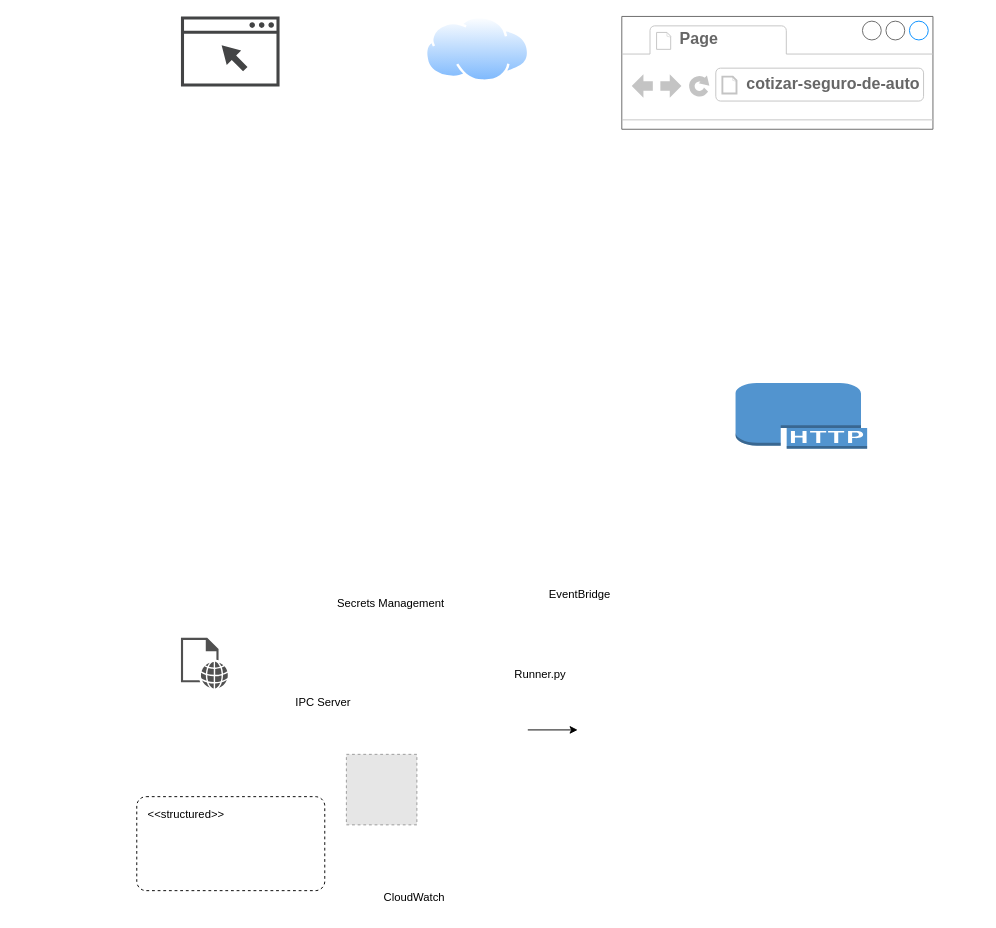
The draw.io diagram RedireccionamientoTrigarante.drawio in GdeYta56/Diagramas-Banorte, before the edit. Source tidied: cells renumbered, new cells numbered last; positions are measured from the earlier drawing's top-left corner, leaving out a move shared by most shapes. Both pictures are drawn from the tidied source at 94%, with x=0, y=0 at pixel (136, 16). Pictures stored in the file or linked from it are replaced by grey dashed boxes.
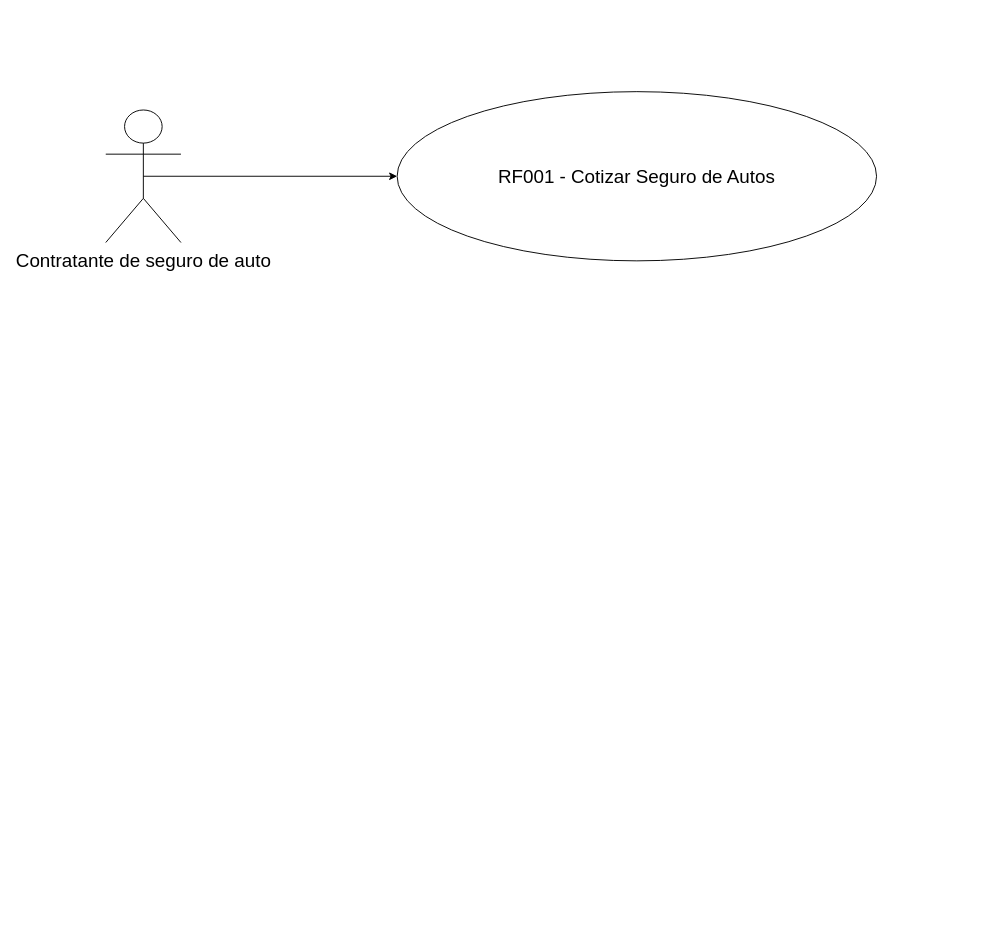
The same diagram, later.

What changed in the source:
```diff
@@
 <mxGraphModel>
   <root>
     <mxCell id="0" />
     <mxCell id="1" parent="0" />
-    <mxCell id="2" style="sketch=0;shadow=0;dashed=0;html=1;strokeColor=none;fillColor=#434445;labelPosition=center;verticalLabelPosition=bottom;verticalAlign=top;align=center;shape=mxgraph.vvd.web_browser;" parent="1" vertex="1">
-      <mxGeometry x="47" width="104.9" height="74.5" as="geometry" />
-    </mxCell>
-    <mxCell id="3" style="image;perimeter=ellipsePerimeter;html=1;align=center;shadow=0;dashed=0;spacingTop=3;image=img/lib/active_directory/internet_cloud.svg;imageBackground=default;fillColor=#121212;fillStyle=hatch;" parent="1" vertex="1">
-      <mxGeometry x="307" width="111.1" height="70" as="geometry" />
-    </mxCell>
-    <mxCell id="4" style="dashed=0;verticalLabelPosition=bottom;verticalAlign=top;align=center;html=1;shape=mxgraph.aws3.http_protocol;fillColor=#5294CF;gradientColor=none;" parent="1" vertex="1">
-      <mxGeometry x="637" y="390" width="140" height="70" as="geometry" />
-    </mxCell>
-    <mxCell id="5" style="fillColor=#E6E6E6;strokeColor=#999999;dashed=1;html=1;verticalAlign=top;verticalLabelPosition=bottom;labelBackgroundColor=#ffffff;" parent="1" vertex="1">
-      <mxGeometry x="223" y="785" width="75" height="75" as="geometry" />
-    </mxCell>
-    <mxCell id="6" value="Runner.py" style="text;html=1;align=center;verticalAlign=middle;strokeColor=none;fillColor=none;" parent="1" vertex="1">
-      <mxGeometry x="389" y="685" width="80" height="30" as="geometry" />
-    </mxCell>
-    <mxCell id="7" value="CloudWatch" style="text;html=1;align=center;verticalAlign=middle;strokeColor=none;fillColor=none;" parent="1" vertex="1">
-      <mxGeometry x="250" y="922" width="90" height="30" as="geometry" />
-    </mxCell>
-    <mxCell id="8" value="EventBridge" style="text;html=1;align=center;verticalAlign=middle;strokeColor=none;fillColor=none;" parent="1" vertex="1">
-      <mxGeometry x="426" y="600" width="90" height="30" as="geometry" />
-    </mxCell>
-    <mxCell id="9" value="IPC Server" style="text;html=1;align=center;verticalAlign=middle;strokeColor=none;fillColor=none;" parent="1" vertex="1">
-      <mxGeometry x="158" y="715" width="80" height="30" as="geometry" />
-    </mxCell>
-    <mxCell id="10" value="Secrets Management" style="text;html=1;align=center;verticalAlign=middle;strokeColor=none;fillColor=none;" parent="1" vertex="1">
-      <mxGeometry x="200" y="610" width="140" height="30" as="geometry" />
-    </mxCell>
-    <mxCell id="11" style="edgeStyle=orthogonalEdgeStyle;rounded=0;orthogonalLoop=1;jettySize=auto;html=1;exitX=1;exitY=0.5;exitDx=0;exitDy=0;exitPerimeter=0;entryX=0;entryY=0.5;entryDx=0;entryDy=0;entryPerimeter=0;" parent="1" edge="1">
-      <mxGeometry relative="1" as="geometry">
-        <mxPoint x="416" y="759" as="sourcePoint" />
-        <mxPoint x="469" y="759" as="targetPoint" />
-      </mxGeometry>
-    </mxCell>
-    <mxCell id="12" style="sketch=0;shadow=0;dashed=0;html=1;strokeColor=none;fillColor=#505050;labelPosition=center;verticalLabelPosition=bottom;verticalAlign=top;align=center;shape=mxgraph.office.concepts.web_page;" parent="1" vertex="1">
-      <mxGeometry x="47" y="661" width="50" height="54" as="geometry" />
-    </mxCell>
-    <mxCell id="13" style="strokeWidth=1;shadow=0;dashed=0;align=center;html=1;shape=mxgraph.mockup.containers.browserWindow;rSize=0;strokeColor=#666666;strokeColor2=#008cff;strokeColor3=#c4c4c4;mainText=,;" parent="1" vertex="1">
-      <mxGeometry x="516" width="331" height="120" as="geometry" />
-    </mxCell>
-    <mxCell id="14" value="&lt;b&gt;Page&amp;nbsp;&lt;/b&gt;" style="strokeWidth=1;shadow=0;dashed=0;align=center;html=1;shape=mxgraph.mockup.containers.anchor;fontSize=17;fontColor=#666666;align=left;whiteSpace=wrap;" parent="13" vertex="1">
-      <mxGeometry x="60" y="12" width="110" height="26" as="geometry" />
-    </mxCell>
-    <mxCell id="15" value="&lt;b&gt;cotizar-seguro-de-auto&lt;/b&gt;" style="strokeWidth=1;shadow=0;dashed=0;align=center;html=1;shape=mxgraph.mockup.containers.anchor;rSize=0;fontSize=17;fontColor=#666666;align=left;" parent="13" vertex="1">
-      <mxGeometry x="131" y="60" width="250" height="26" as="geometry" />
-    </mxCell>
-    <mxCell id="16" value="&amp;lt;&amp;lt;structured&amp;gt;&amp;gt;" style="dashed=1;rounded=1;absoluteArcSize=1;arcSize=20;html=1;verticalAlign=top;align=left;spacingTop=5;spacingLeft=10;whiteSpace=wrap;" parent="1" vertex="1">
-      <mxGeometry y="830" width="200" height="100" as="geometry" />
-    </mxCell>
+    <mxCell id="17" value="&lt;font style=&quot;font-size: 20px;&quot;&gt;RF001 - Cotizar Seguro de Autos&lt;/font&gt;" style="ellipse;html=1;whiteSpace=wrap;" parent="1" vertex="1">
+      <mxGeometry x="277" y="80" width="510" height="180" as="geometry" />
+    </mxCell>
+    <mxCell id="18" style="edgeStyle=orthogonalEdgeStyle;rounded=0;jettySize=auto;html=1;exitX=0.5;exitY=0.5;exitDx=0;exitDy=0;exitPerimeter=0;entryX=0;entryY=0.5;entryDx=0;entryDy=0;" parent="1" edge="1" source="19" target="17">
+      <mxGeometry relative="1" as="geometry" />
+    </mxCell>
+    <mxCell id="19" value="&lt;span style=&quot;font-size: 20px;&quot;&gt;Contratante de seguro de auto&lt;/span&gt;" style="shape=umlActor;verticalLabelPosition=bottom;verticalAlign=top;html=1;outlineConnect=0;" parent="1" vertex="1">
+      <mxGeometry x="-33" y="99.5" width="80" height="141" as="geometry" />
+    </mxCell>
   </root>
 </mxGraphModel>
```
